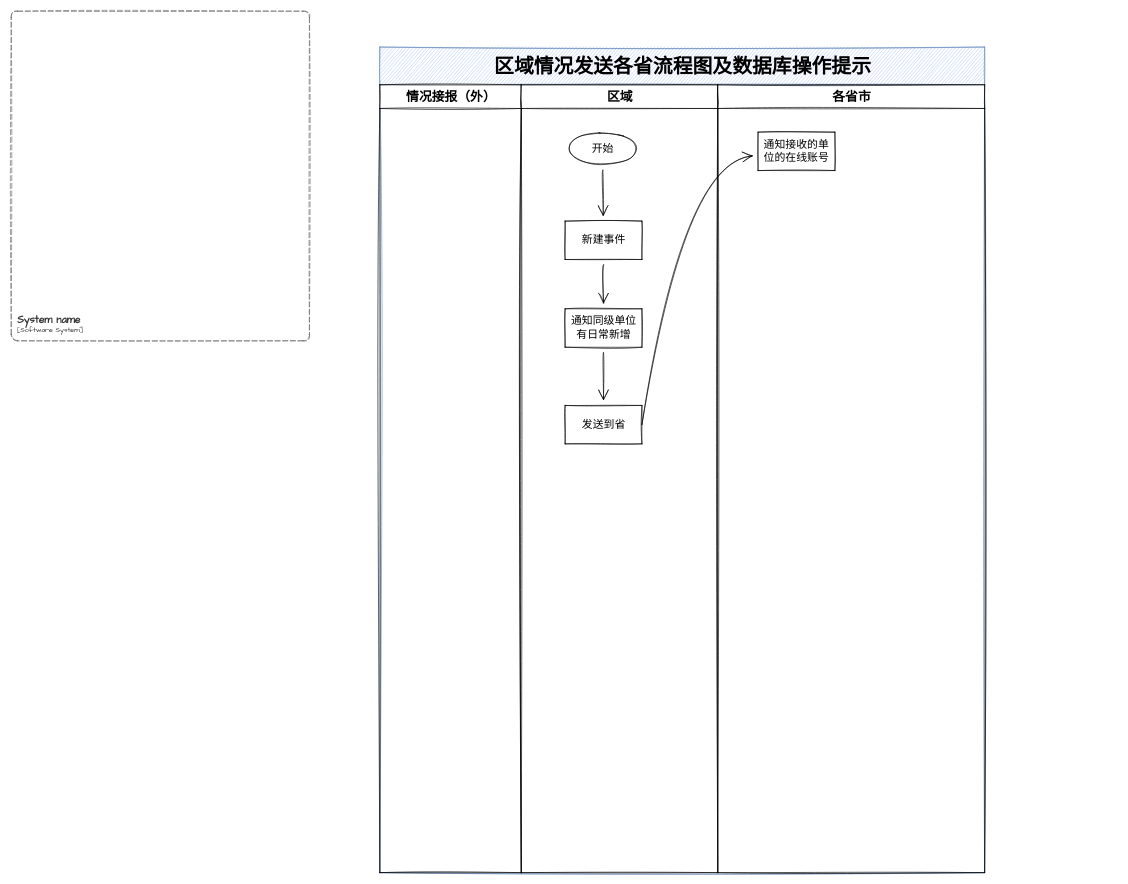
chensiyu123456/drawio-files keeps this draw.io diagram as page "消息通知流程" (6 of 6) of 未命名绘图.drawio. Above is the earlier version. Source tidied: cells renumbered, new cells numbered last; positions are measured from the earlier drawing's top-left corner, leaving out a move shared by most shapes. Both pictures are drawn from the tidied source at 64%, with x=0, y=0 at pixel (11, 11).
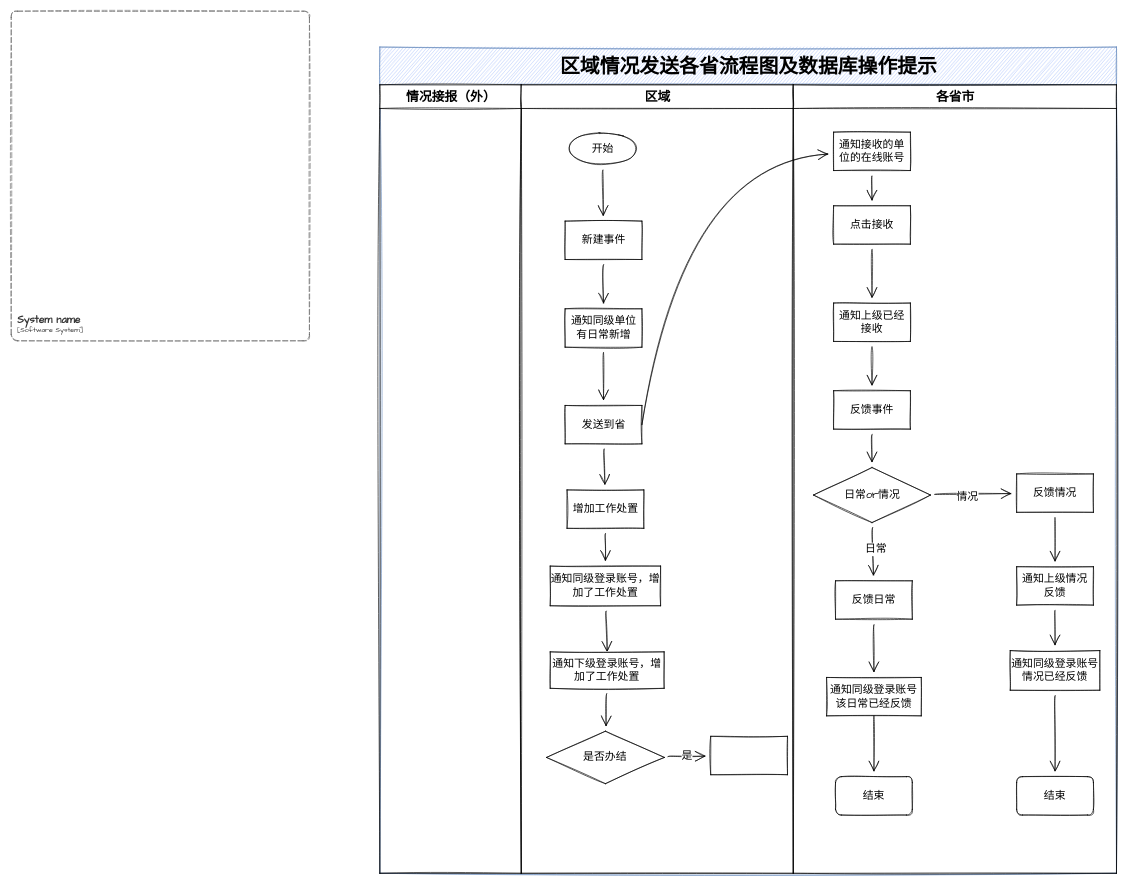
After the change.

Commit message (it also covers changes not shown here):
更新未命名绘图.drawio

The change refers to these unchanged cells:
```xml
<mxCell id="11" value="发送到省" style="whiteSpace=wrap;html=1;sketch=1;hachureGap=4;fontFamily=Architects Daughter;fontSize=17;" parent="5" vertex="1">
  <mxGeometry x="68.5" y="501" width="120" height="60" as="geometry" />
</mxCell>
<mxCell id="14" value="通知接收的单位的在线账号" style="whiteSpace=wrap;html=1;sketch=1;hachureGap=4;fontFamily=Architects Daughter;fontSize=17;" parent="13" vertex="1">
  <mxGeometry x="63" y="74" width="120" height="60" as="geometry" />
</mxCell>
```

What changed in the source:
```diff
@@
     <mxCell id="3" value="&lt;font style=&quot;font-size: 31px&quot;&gt;区域情况发送各省流程图及数据库操作提示&lt;/font&gt;" style="swimlane;html=1;startSize=59;rounded=0;shadow=0;labelBackgroundColor=none;strokeWidth=1;fontFamily=Verdana;fontSize=19;align=center;sketch=1;hachureGap=4;fillColor=#B0C7FC;strokeColor=#6c8ebf;swimlaneFillColor=none;" parent="1" vertex="1">
-      <mxGeometry x="576" y="56" width="945" height="1290" as="geometry" />
+      <mxGeometry x="576" y="56" width="1151" height="1291" as="geometry" />
     </mxCell>
     <mxCell id="4" value="情况接报（外）" style="swimlane;html=1;startSize=37;sketch=1;hachureGap=4;fontFamily=Architects Daughter;fontSize=20;" parent="3" vertex="1">
-      <mxGeometry y="59" width="221" height="1231" as="geometry" />
+      <mxGeometry y="59" width="221" height="1232" as="geometry" />
     </mxCell>
     <mxCell id="5" value="区域" style="swimlane;html=1;startSize=37;sketch=1;hachureGap=4;fontFamily=Architects Daughter;fontSize=20;" parent="3" vertex="1">
-      <mxGeometry x="221" y="59" width="307" height="1231" as="geometry" />
+      <mxGeometry x="221" y="59" width="425" height="1232" as="geometry" />
     </mxCell>
@@
+    <mxCell id="16" value="增加工作处置" style="whiteSpace=wrap;html=1;sketch=1;hachureGap=4;fontFamily=Architects Daughter;fontSize=17;" parent="5" vertex="1">
+      <mxGeometry x="71.5" y="633" width="120" height="60" as="geometry" />
+    </mxCell>
+    <mxCell id="17" style="edgeStyle=none;curved=1;rounded=0;sketch=1;hachureGap=4;jettySize=auto;html=1;fontFamily=Architects Daughter;fontSize=17;startArrow=none;startFill=0;endArrow=open;startSize=14;endSize=14;sourcePerimeterSpacing=8;targetPerimeterSpacing=8;" parent="5" edge="1" source="11" target="16">
+      <mxGeometry relative="1" as="geometry" />
+    </mxCell>
+    <mxCell id="18" style="edgeStyle=none;curved=1;rounded=0;sketch=1;hachureGap=4;jettySize=auto;html=1;entryX=0.5;entryY=0;entryDx=0;entryDy=0;fontFamily=Architects Daughter;fontSize=17;startArrow=none;startFill=0;endArrow=open;startSize=14;endSize=14;sourcePerimeterSpacing=8;targetPerimeterSpacing=8;" parent="5" edge="1" source="19" target="21">
+      <mxGeometry relative="1" as="geometry" />
+    </mxCell>
+    <mxCell id="19" value="通知同级登录账号，增加了工作处置" style="whiteSpace=wrap;html=1;sketch=1;hachureGap=4;fontFamily=Architects Daughter;fontSize=17;" parent="5" vertex="1">
+      <mxGeometry x="45.2" y="752" width="172.5" height="62" as="geometry" />
+    </mxCell>
+    <mxCell id="20" style="edgeStyle=none;curved=1;rounded=0;sketch=1;hachureGap=4;jettySize=auto;html=1;fontFamily=Architects Daughter;fontSize=17;startArrow=none;startFill=0;endArrow=open;startSize=14;endSize=14;sourcePerimeterSpacing=8;targetPerimeterSpacing=8;" parent="5" edge="1" source="16" target="19">
+      <mxGeometry relative="1" as="geometry" />
+    </mxCell>
+    <mxCell id="21" value="通知下级登录账号，增加了工作处置" style="whiteSpace=wrap;html=1;sketch=1;hachureGap=4;fontFamily=Architects Daughter;fontSize=17;" parent="5" vertex="1">
+      <mxGeometry x="45.2" y="886" width="178" height="57" as="geometry" />
+    </mxCell>
+    <mxCell id="22" value="是否办结" style="rhombus;whiteSpace=wrap;html=1;sketch=1;hachureGap=4;fontFamily=Architects Daughter;fontSize=17;" parent="5" vertex="1">
+      <mxGeometry x="39.4" y="1010" width="184.2" height="82" as="geometry" />
+    </mxCell>
+    <mxCell id="23" style="edgeStyle=none;curved=1;rounded=0;sketch=1;hachureGap=4;jettySize=auto;html=1;fontFamily=Architects Daughter;fontSize=17;startArrow=none;startFill=0;endArrow=open;startSize=14;endSize=14;sourcePerimeterSpacing=8;targetPerimeterSpacing=8;" parent="5" edge="1" source="21" target="22">
+      <mxGeometry relative="1" as="geometry" />
+    </mxCell>
+    <mxCell id="24" style="whiteSpace=wrap;html=1;sketch=1;hachureGap=4;fontFamily=Architects Daughter;fontSize=17;" parent="5" vertex="1">
+      <mxGeometry x="296" y="1018" width="120" height="60" as="geometry" />
+    </mxCell>
+    <mxCell id="25" value="是" style="edgeStyle=none;curved=1;rounded=0;sketch=1;hachureGap=4;jettySize=auto;html=1;fontFamily=Architects Daughter;fontSize=17;startArrow=none;startFill=0;endArrow=open;startSize=14;endSize=14;sourcePerimeterSpacing=8;targetPerimeterSpacing=8;" parent="5" edge="1" source="22" target="24">
+      <mxGeometry relative="1" as="geometry" />
+    </mxCell>
     <mxCell id="13" value="各省市" style="swimlane;html=1;startSize=37;sketch=1;hachureGap=4;fontFamily=Architects Daughter;fontSize=20;" parent="3" vertex="1">
-      <mxGeometry x="528" y="59" width="417" height="1231" as="geometry" />
+      <mxGeometry x="646" y="59" width="505" height="1232" as="geometry" />
     </mxCell>
+    <mxCell id="26" style="edgeStyle=none;curved=1;rounded=0;sketch=1;hachureGap=4;jettySize=auto;html=1;fontFamily=Architects Daughter;fontSize=17;startArrow=none;startFill=0;endArrow=open;startSize=14;endSize=14;sourcePerimeterSpacing=8;targetPerimeterSpacing=8;" parent="13" edge="1" source="14" target="27">
+      <mxGeometry relative="1" as="geometry" />
+    </mxCell>
@@
+    <mxCell id="27" value="点击接收" style="whiteSpace=wrap;html=1;sketch=1;hachureGap=4;fontFamily=Architects Daughter;fontSize=17;" parent="13" vertex="1">
+      <mxGeometry x="63" y="189" width="120" height="60" as="geometry" />
+    </mxCell>
+    <mxCell id="28" value="通知上级已经接收" style="whiteSpace=wrap;html=1;sketch=1;hachureGap=4;fontFamily=Architects Daughter;fontSize=17;" parent="13" vertex="1">
+      <mxGeometry x="63" y="341" width="120" height="60" as="geometry" />
+    </mxCell>
+    <mxCell id="29" style="edgeStyle=none;curved=1;rounded=0;sketch=1;hachureGap=4;jettySize=auto;html=1;fontFamily=Architects Daughter;fontSize=17;startArrow=none;startFill=0;endArrow=open;startSize=14;endSize=14;sourcePerimeterSpacing=8;targetPerimeterSpacing=8;" parent="13" edge="1" source="27" target="28">
+      <mxGeometry relative="1" as="geometry" />
+    </mxCell>
+    <mxCell id="30" value="反馈事件" style="whiteSpace=wrap;html=1;sketch=1;hachureGap=4;fontFamily=Architects Daughter;fontSize=17;" parent="13" vertex="1">
+      <mxGeometry x="63" y="478" width="120" height="60" as="geometry" />
+    </mxCell>
+    <mxCell id="31" style="edgeStyle=none;curved=1;rounded=0;sketch=1;hachureGap=4;jettySize=auto;html=1;fontFamily=Architects Daughter;fontSize=17;startArrow=none;startFill=0;endArrow=open;startSize=14;endSize=14;sourcePerimeterSpacing=8;targetPerimeterSpacing=8;" parent="13" edge="1" source="28" target="30">
+      <mxGeometry relative="1" as="geometry" />
+    </mxCell>
+    <mxCell id="32" value="日常or情况" style="rhombus;whiteSpace=wrap;html=1;sketch=1;hachureGap=4;fontFamily=Architects Daughter;fontSize=17;" parent="13" vertex="1">
+      <mxGeometry x="31.5" y="598" width="183" height="86" as="geometry" />
+    </mxCell>
+    <mxCell id="33" style="edgeStyle=none;curved=1;rounded=0;sketch=1;hachureGap=4;jettySize=auto;html=1;fontFamily=Architects Daughter;fontSize=17;startArrow=none;startFill=0;endArrow=open;startSize=14;endSize=14;sourcePerimeterSpacing=8;targetPerimeterSpacing=8;" parent="13" edge="1" source="30" target="32">
+      <mxGeometry relative="1" as="geometry" />
+    </mxCell>
+    <mxCell id="34" value="反馈情况" style="whiteSpace=wrap;html=1;sketch=1;hachureGap=4;fontFamily=Architects Daughter;fontSize=17;" parent="13" vertex="1">
+      <mxGeometry x="349" y="608" width="120" height="60" as="geometry" />
+    </mxCell>
+    <mxCell id="35" style="edgeStyle=none;curved=1;rounded=0;sketch=1;hachureGap=4;jettySize=auto;html=1;fontFamily=Architects Daughter;fontSize=17;startArrow=none;startFill=0;endArrow=open;startSize=14;endSize=14;sourcePerimeterSpacing=8;targetPerimeterSpacing=8;" parent="13" edge="1" source="32" target="34">
+      <mxGeometry relative="1" as="geometry" />
+    </mxCell>
+    <mxCell id="36" value="情况" style="edgeLabel;html=1;align=center;verticalAlign=middle;fontSize=17;fontFamily=Architects Daughter;" parent="35" vertex="1">
+      <mxGeometry x="-0.15" y="-5" relative="1" as="geometry" />
+    </mxCell>
+    <mxCell id="37" value="反馈日常" style="whiteSpace=wrap;html=1;sketch=1;hachureGap=4;fontFamily=Architects Daughter;fontSize=17;" parent="13" vertex="1">
+      <mxGeometry x="66" y="775" width="120" height="60" as="geometry" />
+    </mxCell>
+    <mxCell id="38" style="edgeStyle=none;curved=1;rounded=0;sketch=1;hachureGap=4;jettySize=auto;html=1;fontFamily=Architects Daughter;fontSize=17;startArrow=none;startFill=0;endArrow=open;startSize=14;endSize=14;sourcePerimeterSpacing=8;targetPerimeterSpacing=8;" parent="13" edge="1" source="32" target="37">
+      <mxGeometry relative="1" as="geometry" />
+    </mxCell>
+    <mxCell id="39" value="日常" style="edgeLabel;html=1;align=center;verticalAlign=middle;fontSize=17;fontFamily=Architects Daughter;" parent="38" vertex="1">
+      <mxGeometry x="-0.1" y="4" relative="1" as="geometry" />
+    </mxCell>
+    <mxCell id="40" value="通知上级情况反馈" style="whiteSpace=wrap;html=1;sketch=1;hachureGap=4;fontFamily=Architects Daughter;fontSize=17;" parent="13" vertex="1">
+      <mxGeometry x="349" y="753" width="120" height="60" as="geometry" />
+    </mxCell>
+    <mxCell id="41" style="edgeStyle=none;curved=1;rounded=0;sketch=1;hachureGap=4;jettySize=auto;html=1;fontFamily=Architects Daughter;fontSize=17;startArrow=none;startFill=0;endArrow=open;startSize=14;endSize=14;sourcePerimeterSpacing=8;targetPerimeterSpacing=8;" parent="13" edge="1" source="34" target="40">
+      <mxGeometry relative="1" as="geometry" />
+    </mxCell>
+    <mxCell id="42" value="通知同级登录账号该日常已经反馈" style="whiteSpace=wrap;html=1;sketch=1;hachureGap=4;fontFamily=Architects Daughter;fontSize=17;" parent="13" vertex="1">
+      <mxGeometry x="52" y="926" width="148" height="60" as="geometry" />
+    </mxCell>
+    <mxCell id="43" style="edgeStyle=none;curved=1;rounded=0;sketch=1;hachureGap=4;jettySize=auto;html=1;fontFamily=Architects Daughter;fontSize=17;startArrow=none;startFill=0;endArrow=open;startSize=14;endSize=14;sourcePerimeterSpacing=8;targetPerimeterSpacing=8;" parent="13" edge="1" source="37" target="42">
+      <mxGeometry relative="1" as="geometry" />
+    </mxCell>
+    <mxCell id="44" style="edgeStyle=none;curved=1;rounded=0;sketch=1;hachureGap=4;jettySize=auto;html=1;fontFamily=Architects Daughter;fontSize=17;startArrow=none;startFill=0;endArrow=open;startSize=14;endSize=14;sourcePerimeterSpacing=8;targetPerimeterSpacing=8;" parent="13" edge="1" source="45" target="47">
+      <mxGeometry relative="1" as="geometry" />
+    </mxCell>
+    <mxCell id="45" value="通知同级登录账号情况已经反馈" style="whiteSpace=wrap;html=1;sketch=1;hachureGap=4;fontFamily=Architects Daughter;fontSize=17;" parent="13" vertex="1">
+      <mxGeometry x="339" y="884" width="140" height="62" as="geometry" />
+    </mxCell>
+    <mxCell id="46" style="edgeStyle=none;curved=1;rounded=0;sketch=1;hachureGap=4;jettySize=auto;html=1;fontFamily=Architects Daughter;fontSize=17;startArrow=none;startFill=0;endArrow=open;startSize=14;endSize=14;sourcePerimeterSpacing=8;targetPerimeterSpacing=8;" parent="13" edge="1" source="40" target="45">
+      <mxGeometry relative="1" as="geometry" />
+    </mxCell>
+    <mxCell id="47" value="结束" style="rounded=1;whiteSpace=wrap;html=1;sketch=1;hachureGap=4;fontFamily=Architects Daughter;fontSize=17;" parent="13" vertex="1">
+      <mxGeometry x="349" y="1081" width="120" height="60" as="geometry" />
+    </mxCell>
+    <mxCell id="48" value="结束" style="rounded=1;whiteSpace=wrap;html=1;sketch=1;hachureGap=4;fontFamily=Architects Daughter;fontSize=17;" parent="13" vertex="1">
+      <mxGeometry x="66" y="1081" width="120" height="60" as="geometry" />
+    </mxCell>
+    <mxCell id="49" style="edgeStyle=none;curved=1;rounded=0;sketch=1;hachureGap=4;jettySize=auto;html=1;fontFamily=Architects Daughter;fontSize=17;startArrow=none;startFill=0;endArrow=open;startSize=14;endSize=14;sourcePerimeterSpacing=8;targetPerimeterSpacing=8;exitX=0.5;exitY=1;exitDx=0;exitDy=0;" parent="13" edge="1" source="42" target="48">
+      <mxGeometry relative="1" as="geometry" />
+    </mxCell>
```
